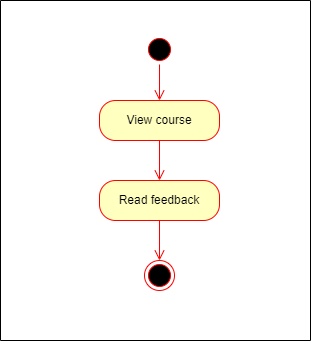
Above: Materials/Activity Diagrams/AD_View Feedback.png in iprosenjitp/Tech-School (draw.io), before the change. Source tidied: cells renumbered, new cells last; positions are measured from the earlier drawing's top-left corner, leaving out a move shared by most shapes. Its diagram source:
```xml
<mxGraphModel background="#ffffff">
  <root>
    <mxCell id="0" />
    <mxCell id="1" parent="0" />
    <mxCell id="2" value="View course" style="rounded=1;whiteSpace=wrap;html=1;arcSize=40;fontColor=#000000;fillColor=#ffffc0;strokeColor=#ff0000;" parent="1" vertex="1">
      <mxGeometry x="99" y="100" width="120" height="40" as="geometry" />
    </mxCell>
    <mxCell id="3" style="edgeStyle=orthogonalEdgeStyle;html=1;verticalAlign=bottom;endArrow=open;endSize=8;strokeColor=#ff0000;rounded=0;entryX=0.5;entryY=0;entryDx=0;entryDy=0;" parent="1" edge="1" source="2" target="7">
      <mxGeometry relative="1" as="geometry" />
    </mxCell>
    <mxCell id="4" style="ellipse;html=1;shape=startState;fillColor=#000000;strokeColor=#ff0000;" parent="1" vertex="1">
      <mxGeometry x="144" y="34" width="30" height="30" as="geometry" />
    </mxCell>
    <mxCell id="5" style="edgeStyle=orthogonalEdgeStyle;html=1;verticalAlign=bottom;endArrow=open;endSize=8;strokeColor=#ff0000;rounded=0;entryX=0.5;entryY=0;entryDx=0;entryDy=0;" parent="1" edge="1" source="4" target="2">
      <mxGeometry relative="1" as="geometry" />
    </mxCell>
    <mxCell id="6" style="swimlane;startSize=0;" parent="1" vertex="1">
      <mxGeometry width="310" height="340" as="geometry" />
    </mxCell>
    <mxCell id="7" value="Read feedback" style="rounded=1;whiteSpace=wrap;html=1;arcSize=40;fontColor=#000000;fillColor=#ffffc0;strokeColor=#ff0000;" parent="6" vertex="1">
      <mxGeometry x="99" y="180" width="120" height="40" as="geometry" />
    </mxCell>
    <mxCell id="8" style="ellipse;html=1;shape=endState;fillColor=#000000;strokeColor=#ff0000;" parent="6" vertex="1">
      <mxGeometry x="144" y="260" width="30" height="30" as="geometry" />
    </mxCell>
    <mxCell id="9" style="edgeStyle=orthogonalEdgeStyle;html=1;verticalAlign=bottom;endArrow=open;endSize=8;strokeColor=#ff0000;rounded=0;entryX=0.5;entryY=0;entryDx=0;entryDy=0;" parent="6" edge="1" source="7" target="8">
      <mxGeometry relative="1" as="geometry" />
    </mxCell>
  </root>
</mxGraphModel>
```
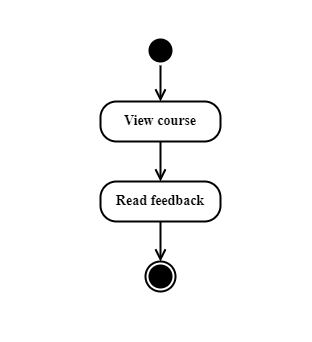
After the commit.

The edit, as a diff of the source:
```diff
@@ -2,28 +2,28 @@
   <root>
     <mxCell id="0" />
     <mxCell id="1" parent="0" />
-    <mxCell id="2" value="View course" style="rounded=1;whiteSpace=wrap;html=1;arcSize=40;fontColor=#000000;fillColor=#ffffc0;strokeColor=#ff0000;" parent="1" vertex="1">
+    <mxCell id="2" value="View course" style="rounded=1;whiteSpace=wrap;html=1;arcSize=40;fontFamily=Times New Roman;fontStyle=1;fontSize=14;strokeWidth=2;" parent="1" vertex="1">
       <mxGeometry x="99" y="100" width="120" height="40" as="geometry" />
     </mxCell>
-    <mxCell id="3" style="edgeStyle=orthogonalEdgeStyle;html=1;verticalAlign=bottom;endArrow=open;endSize=8;strokeColor=#ff0000;rounded=0;entryX=0.5;entryY=0;entryDx=0;entryDy=0;" parent="1" edge="1" source="2" target="7">
+    <mxCell id="3" style="edgeStyle=orthogonalEdgeStyle;html=1;verticalAlign=bottom;endArrow=open;endSize=8;rounded=0;entryX=0.5;entryY=0;entryDx=0;entryDy=0;fontFamily=Times New Roman;fontStyle=1;fontSize=14;strokeWidth=2;" parent="1" edge="1" source="2" target="7">
       <mxGeometry relative="1" as="geometry" />
     </mxCell>
-    <mxCell id="4" style="ellipse;html=1;shape=startState;fillColor=#000000;strokeColor=#ff0000;" parent="1" vertex="1">
+    <mxCell id="4" style="ellipse;html=1;shape=startState;fontFamily=Times New Roman;fontStyle=1;fontSize=14;strokeWidth=2;fillColor=#000000;" parent="1" vertex="1">
       <mxGeometry x="144" y="34" width="30" height="30" as="geometry" />
     </mxCell>
-    <mxCell id="5" style="edgeStyle=orthogonalEdgeStyle;html=1;verticalAlign=bottom;endArrow=open;endSize=8;strokeColor=#ff0000;rounded=0;entryX=0.5;entryY=0;entryDx=0;entryDy=0;" parent="1" edge="1" source="4" target="2">
+    <mxCell id="5" style="edgeStyle=orthogonalEdgeStyle;html=1;verticalAlign=bottom;endArrow=open;endSize=8;rounded=0;entryX=0.5;entryY=0;entryDx=0;entryDy=0;fontFamily=Times New Roman;fontStyle=1;fontSize=14;strokeWidth=2;" parent="1" edge="1" source="4" target="2">
       <mxGeometry relative="1" as="geometry" />
     </mxCell>
-    <mxCell id="6" style="swimlane;startSize=0;" parent="1" vertex="1">
+    <mxCell id="6" style="swimlane;startSize=0;fontFamily=Times New Roman;fontStyle=1;fontSize=14;strokeWidth=2;strokeColor=#FFFFFF;" parent="1" vertex="1">
       <mxGeometry width="310" height="340" as="geometry" />
     </mxCell>
-    <mxCell id="7" value="Read feedback" style="rounded=1;whiteSpace=wrap;html=1;arcSize=40;fontColor=#000000;fillColor=#ffffc0;strokeColor=#ff0000;" parent="6" vertex="1">
+    <mxCell id="7" value="Read feedback" style="rounded=1;whiteSpace=wrap;html=1;arcSize=40;fontFamily=Times New Roman;fontStyle=1;fontSize=14;strokeWidth=2;" parent="6" vertex="1">
       <mxGeometry x="99" y="180" width="120" height="40" as="geometry" />
     </mxCell>
-    <mxCell id="8" style="ellipse;html=1;shape=endState;fillColor=#000000;strokeColor=#ff0000;" parent="6" vertex="1">
+    <mxCell id="8" style="ellipse;html=1;shape=endState;fontFamily=Times New Roman;fontStyle=1;fontSize=14;strokeWidth=2;fillColor=#000000;" parent="6" vertex="1">
       <mxGeometry x="144" y="260" width="30" height="30" as="geometry" />
     </mxCell>
-    <mxCell id="9" style="edgeStyle=orthogonalEdgeStyle;html=1;verticalAlign=bottom;endArrow=open;endSize=8;strokeColor=#ff0000;rounded=0;entryX=0.5;entryY=0;entryDx=0;entryDy=0;" parent="6" edge="1" source="7" target="8">
+    <mxCell id="9" style="edgeStyle=orthogonalEdgeStyle;html=1;verticalAlign=bottom;endArrow=open;endSize=8;rounded=0;entryX=0.5;entryY=0;entryDx=0;entryDy=0;fontFamily=Times New Roman;fontStyle=1;fontSize=14;strokeWidth=2;" parent="6" edge="1" source="7" target="8">
       <mxGeometry relative="1" as="geometry" />
     </mxCell>
   </root>
```
